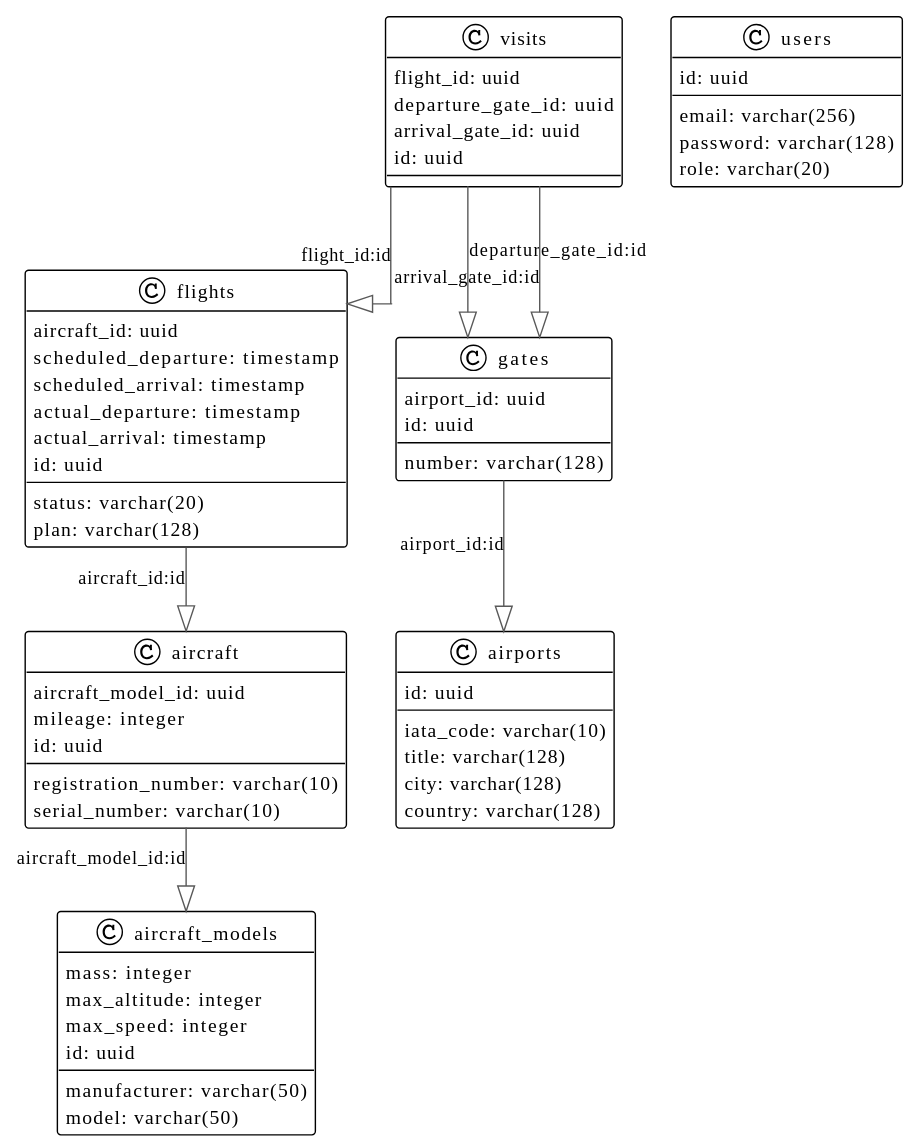
This is db/tmp/db.svg from GoshaMak/airline-tracker, a PlantUML export, as it was before one commit.
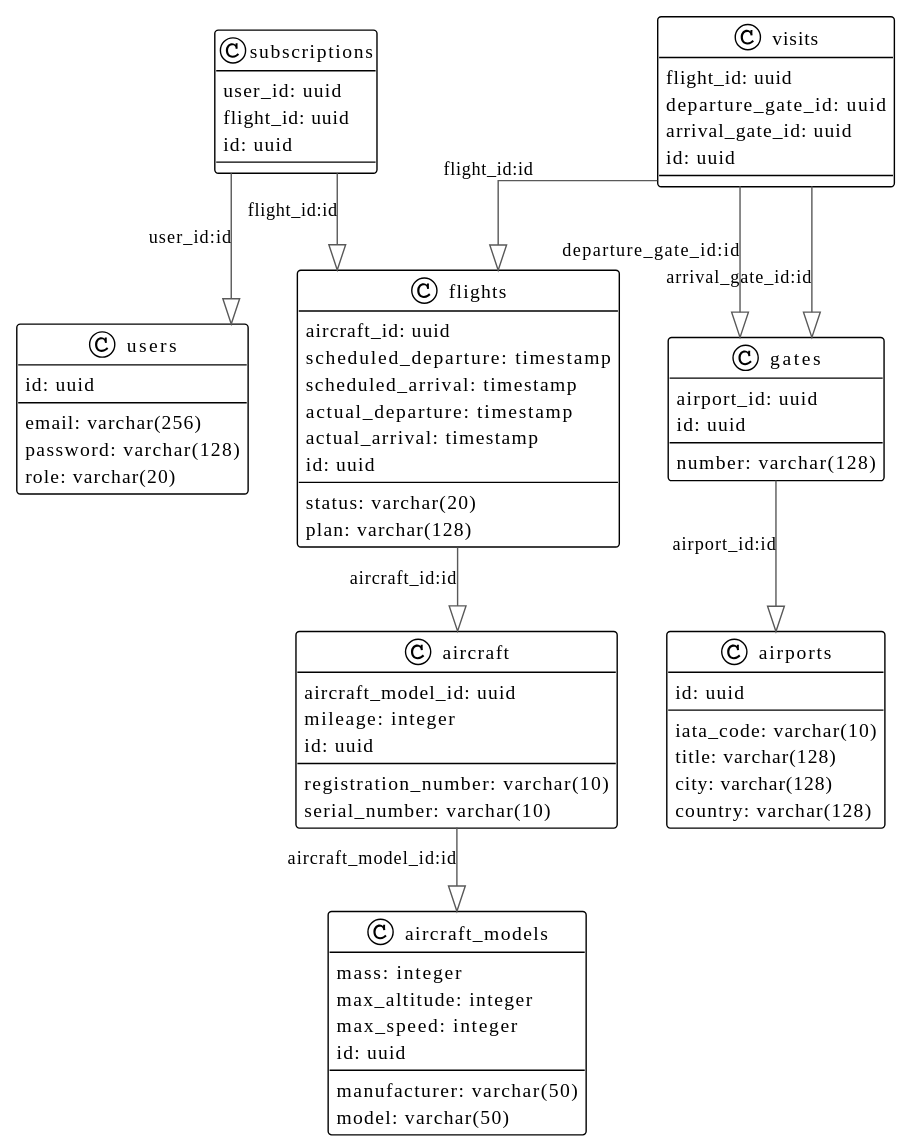
Later version of the same file.

Diff of the diagram source:
```diff
@@ -40,6 +40,11 @@
    number: varchar(128)
    id: uuid
 }
+class subscriptions {
+   user_id: uuid
+   flight_id: uuid
+   id: uuid
+}
 class users {
    email: varchar(256)
    password: varchar(128)
@@ -56,6 +61,8 @@
 aircraft         -[#595959,plain]-^  aircraft_models : "aircraft_model_id:id"
 flights          -[#595959,plain]-^  aircraft        : "aircraft_id:id"
 gates            -[#595959,plain]-^  airports        : "airport_id:id"
+subscriptions    -[#595959,plain]-^  flights         : "flight_id:id"
+subscriptions    -[#595959,plain]-^  users           : "user_id:id"
 visits           -[#595959,plain]-^  flights         : "flight_id:id"
 visits           -[#595959,plain]-^  gates           : "departure_gate_id:id"
 visits           -[#595959,plain]-^  gates           : "arrival_gate_id:id"
```
